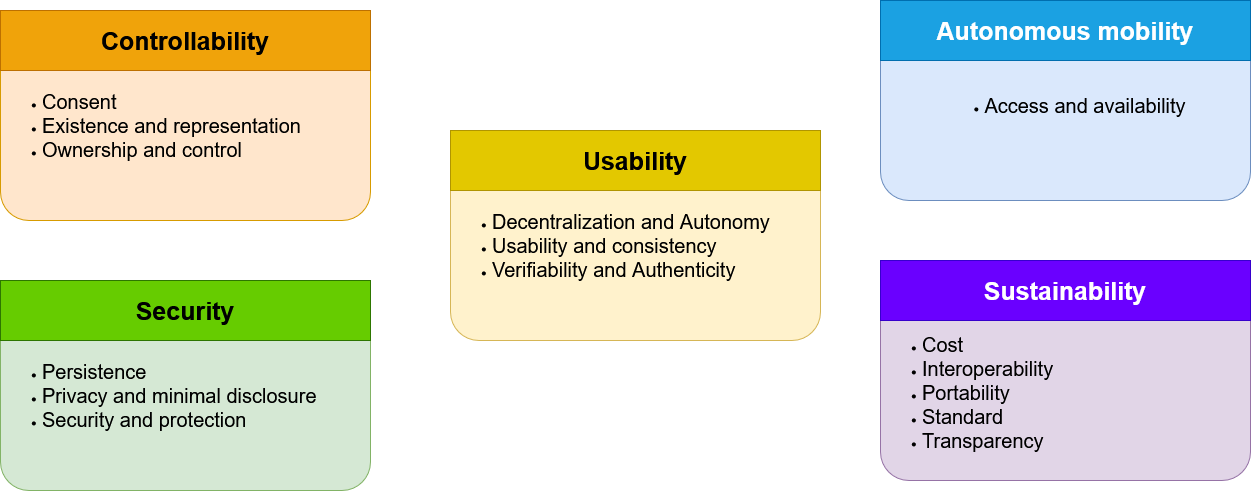
Above: definition/images/final_list_properties/Final_list_properties.png in cristianlepore/Self-Sovereign-Identity (draw.io), before the change. Source tidied: cells renumbered, new cells last; positions are measured from the earlier drawing's top-left corner, leaving out a move shared by most shapes. Source of this version:
```xml
<mxGraphModel>
  <root>
    <mxCell id="0" />
    <mxCell id="1" parent="0" />
    <mxCell id="2" value="&lt;div align=&quot;left&quot;&gt;&lt;ul&gt;&lt;li&gt;&lt;font style=&quot;font-size: 20px;&quot;&gt;Consent&lt;/font&gt;&lt;/li&gt;&lt;li&gt;&lt;font style=&quot;font-size: 20px;&quot;&gt;Existence and representation&lt;/font&gt;&lt;/li&gt;&lt;li&gt;&lt;font style=&quot;font-size: 20px;&quot;&gt;Ownership and control&lt;/font&gt;&lt;/li&gt;&lt;/ul&gt;&lt;/div&gt;" style="rounded=1;whiteSpace=wrap;html=1;align=left;fillColor=#ffe6cc;strokeColor=#d79b00;" parent="1" vertex="1">
      <mxGeometry y="30" width="370" height="190" as="geometry" />
    </mxCell>
    <mxCell id="3" value="&lt;div align=&quot;left&quot;&gt;&lt;ul&gt;&lt;li&gt;&lt;font style=&quot;font-size: 20px;&quot;&gt;Persistence&lt;/font&gt;&lt;/li&gt;&lt;li&gt;&lt;font style=&quot;font-size: 20px;&quot;&gt;Privacy and minimal disclosure&lt;/font&gt;&lt;/li&gt;&lt;li&gt;&lt;font style=&quot;font-size: 20px;&quot;&gt;Security and protection&lt;/font&gt;&lt;/li&gt;&lt;/ul&gt;&lt;/div&gt;" style="rounded=1;whiteSpace=wrap;html=1;align=left;fillColor=#d5e8d4;strokeColor=#82b366;" parent="1" vertex="1">
      <mxGeometry y="300" width="370" height="190" as="geometry" />
    </mxCell>
    <mxCell id="4" value="&lt;div align=&quot;left&quot;&gt;&lt;ul&gt;&lt;li&gt;&lt;font style=&quot;font-size: 20px;&quot;&gt;Decentralization and Autonomy&lt;/font&gt;&lt;/li&gt;&lt;li&gt;&lt;font style=&quot;font-size: 20px;&quot;&gt;Usability and consistency&lt;/font&gt;&lt;/li&gt;&lt;li&gt;&lt;font style=&quot;font-size: 20px;&quot;&gt;Verifiability and Authenticity&lt;/font&gt;&lt;/li&gt;&lt;/ul&gt;&lt;/div&gt;" style="rounded=1;whiteSpace=wrap;html=1;align=left;fillColor=#fff2cc;strokeColor=#d6b656;" parent="1" vertex="1">
      <mxGeometry x="450" y="150" width="370" height="190" as="geometry" />
    </mxCell>
    <mxCell id="5" value="&lt;b&gt;&lt;font style=&quot;font-size: 25px;&quot;&gt;Controllability&lt;/font&gt;&lt;/b&gt;" style="rounded=0;whiteSpace=wrap;html=1;fillColor=#f0a30a;fontColor=#000000;strokeColor=#BD7000;" parent="1" vertex="1">
      <mxGeometry y="10" width="370" height="60" as="geometry" />
    </mxCell>
    <mxCell id="6" value="&lt;div&gt;&lt;b&gt;&lt;font style=&quot;font-size: 25px;&quot;&gt;Usability&lt;/font&gt;&lt;/b&gt;&lt;br&gt;&lt;/div&gt;" style="rounded=0;whiteSpace=wrap;html=1;fillColor=#e3c800;fontColor=#000000;strokeColor=#B09500;" parent="1" vertex="1">
      <mxGeometry x="450" y="130" width="370" height="60" as="geometry" />
    </mxCell>
    <mxCell id="7" value="&lt;span style=&quot;color: rgb(0, 0, 0);&quot;&gt;&lt;b&gt;&lt;font style=&quot;font-size: 25px;&quot;&gt;Security&lt;font&gt;&lt;br&gt;&lt;/font&gt;&lt;/font&gt;&lt;/b&gt;&lt;/span&gt;" style="rounded=0;whiteSpace=wrap;html=1;fillColor=#66CC00;strokeColor=#2D7600;fontColor=#ffffff;" parent="1" vertex="1">
      <mxGeometry y="280" width="370" height="60" as="geometry" />
    </mxCell>
    <mxCell id="8" value="&lt;div&gt;&lt;ul&gt;&lt;li&gt;&lt;font style=&quot;font-size: 20px;&quot;&gt;Access and availability&lt;/font&gt;&lt;/li&gt;&lt;/ul&gt;&lt;/div&gt;" style="rounded=1;whiteSpace=wrap;html=1;fillColor=#dae8fc;strokeColor=#6c8ebf;" parent="1" vertex="1">
      <mxGeometry x="880" y="10" width="370" height="190" as="geometry" />
    </mxCell>
    <mxCell id="9" value="&lt;div align=&quot;left&quot;&gt;&lt;br&gt;&lt;ul&gt;&lt;li&gt;&lt;font style=&quot;font-size: 20px;&quot;&gt;Cost&lt;/font&gt;&lt;/li&gt;&lt;li&gt;&lt;font style=&quot;font-size: 20px;&quot;&gt;Interoperability&lt;/font&gt;&lt;/li&gt;&lt;li&gt;&lt;font style=&quot;font-size: 20px;&quot;&gt;Portability&lt;/font&gt;&lt;/li&gt;&lt;li&gt;&lt;font style=&quot;font-size: 20px;&quot;&gt;Standard&lt;/font&gt;&lt;/li&gt;&lt;li&gt;&lt;font style=&quot;font-size: 20px;&quot;&gt;Transparency&lt;/font&gt;&lt;/li&gt;&lt;/ul&gt;&lt;/div&gt;" style="rounded=1;whiteSpace=wrap;html=1;align=left;fillColor=#e1d5e7;strokeColor=#9673a6;" parent="1" vertex="1">
      <mxGeometry x="880" y="290" width="370" height="190" as="geometry" />
    </mxCell>
    <mxCell id="10" value="&lt;b&gt;&lt;font style=&quot;font-size: 25px;&quot;&gt;Sustainability&lt;br&gt;&lt;/font&gt;&lt;/b&gt;" style="rounded=0;whiteSpace=wrap;html=1;fillColor=#6a00ff;fontColor=#ffffff;strokeColor=#3700CC;" parent="1" vertex="1">
      <mxGeometry x="880" y="260" width="370" height="60" as="geometry" />
    </mxCell>
    <mxCell id="11" value="&lt;font style=&quot;font-size: 25px;&quot;&gt;&lt;b&gt;Autonomous mobility&lt;/b&gt;&lt;/font&gt;" style="rounded=0;whiteSpace=wrap;html=1;fillColor=#1ba1e2;fontColor=#ffffff;strokeColor=#006EAF;" parent="1" vertex="1">
      <mxGeometry x="880" width="370" height="60" as="geometry" />
    </mxCell>
  </root>
</mxGraphModel>
```
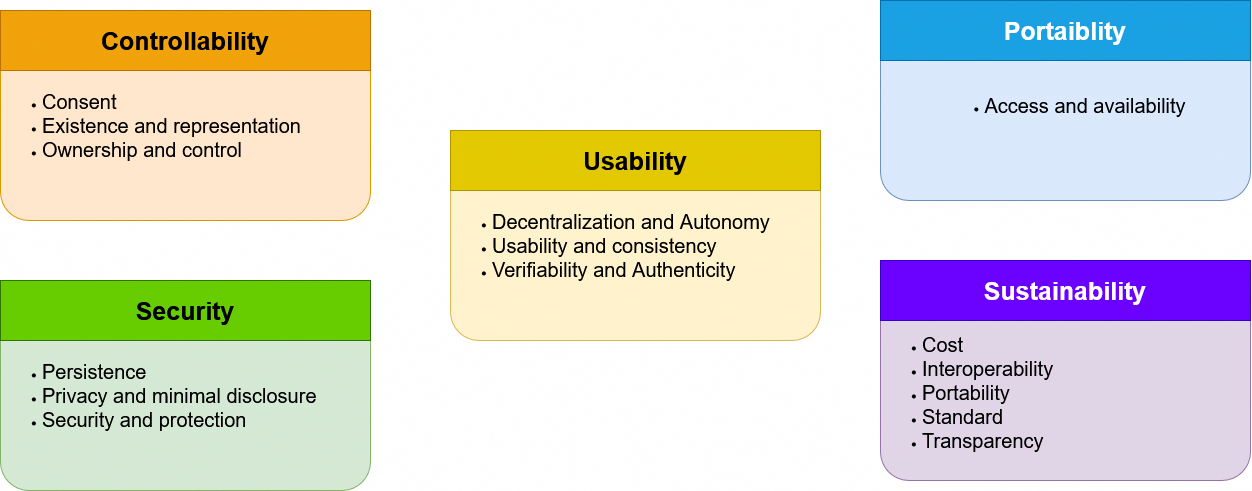
Later version of the same file.

Diff of the diagram source:
```diff
@@ -29,8 +29,8 @@
     <mxCell id="10" value="&lt;b&gt;&lt;font style=&quot;font-size: 25px;&quot;&gt;Sustainability&lt;br&gt;&lt;/font&gt;&lt;/b&gt;" style="rounded=0;whiteSpace=wrap;html=1;fillColor=#6a00ff;fontColor=#ffffff;strokeColor=#3700CC;" parent="1" vertex="1">
       <mxGeometry x="880" y="260" width="370" height="60" as="geometry" />
     </mxCell>
-    <mxCell id="11" value="&lt;font style=&quot;font-size: 25px;&quot;&gt;&lt;b&gt;Autonomous mobility&lt;/b&gt;&lt;/font&gt;" style="rounded=0;whiteSpace=wrap;html=1;fillColor=#1ba1e2;fontColor=#ffffff;strokeColor=#006EAF;" parent="1" vertex="1">
-      <mxGeometry x="880" width="370" height="60" as="geometry" />
-    </mxCell>
+    <mxCell id="12" value="&lt;font style=&quot;font-size: 25px;&quot;&gt;&lt;b&gt;Portaiblity&lt;/b&gt;&lt;/font&gt;" style="rounded=0;whiteSpace=wrap;html=1;fillColor=#1ba1e2;fontColor=#ffffff;strokeColor=#006EAF;" parent="1" vertex="1">
+      <mxGeometry x="880" width="370" height="60" as="geometry" />
+    </mxCell>
   </root>
 </mxGraphModel>
```
